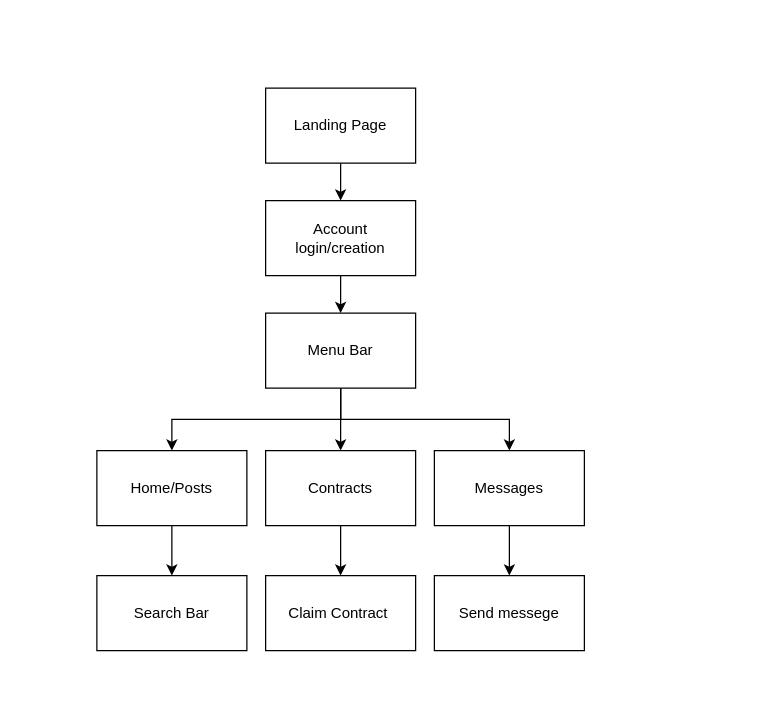
Above: Deecs_Component_Diagram.flow.drawio in JeffCompasClassrooms/cs2450-youface-fall2025-deecs (draw.io), before the change. Source tidied: cells renumbered, new cells numbered last; positions are measured from the earlier drawing's top-left corner, leaving out a move shared by most shapes. Both pictures are drawn from the tidied source at 125%, with x=0, y=0 at pixel (96, 88).
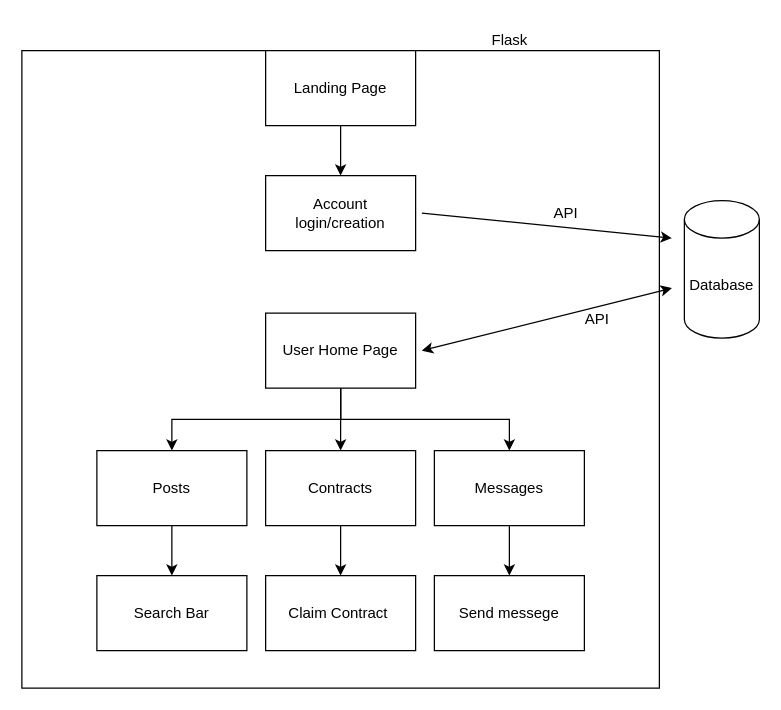
The same page after the edit.

Commit message (it also covers changes not shown here):
Updated Component diagram

Change to the diagram source:
```diff
@@
+    <mxCell id="19" style="whiteSpace=wrap;html=1;" parent="1" vertex="1">
+      <mxGeometry x="-60" y="-30" width="510" height="510" as="geometry" />
+    </mxCell>
@@
     <mxCell id="3" value="Landing Page" style="rounded=0;whiteSpace=wrap;html=1;" parent="1" vertex="1">
-      <mxGeometry x="135" width="120" height="60" as="geometry" />
+      <mxGeometry x="135" y="-30" width="120" height="60" as="geometry" />
     </mxCell>
-    <mxCell id="4" style="edgeStyle=orthogonalEdgeStyle;rounded=0;jettySize=auto;html=1;exitX=0.5;exitY=1;exitDx=0;exitDy=0;entryX=0.5;entryY=0;entryDx=0;entryDy=0;" parent="1" edge="1" source="5" target="9">
-      <mxGeometry relative="1" as="geometry" />
-    </mxCell>
     <mxCell id="5" value="Account login/creation" style="rounded=0;whiteSpace=wrap;html=1;" parent="1" vertex="1">
-      <mxGeometry x="135" y="90" width="120" height="60" as="geometry" />
+      <mxGeometry x="135" y="70" width="120" height="60" as="geometry" />
     </mxCell>
@@
-    <mxCell id="9" value="Menu Bar" style="rounded=0;whiteSpace=wrap;html=1;" parent="1" vertex="1">
+    <mxCell id="9" value="User Home Page" style="rounded=0;whiteSpace=wrap;html=1;" parent="1" vertex="1">
       <mxGeometry x="135" y="180" width="120" height="60" as="geometry" />
     </mxCell>
@@
-    <mxCell id="11" value="Home/Posts" style="rounded=0;whiteSpace=wrap;html=1;" parent="1" vertex="1">
+    <mxCell id="11" value="Posts" style="rounded=0;whiteSpace=wrap;html=1;" parent="1" vertex="1">
       <mxGeometry y="290" width="120" height="60" as="geometry" />
     </mxCell>
@@
+    <mxCell id="20" value="Database" style="shape=cylinder3;whiteSpace=wrap;html=1;boundedLbl=1;backgroundOutline=1;size=15;" parent="1" vertex="1">
+      <mxGeometry x="470" y="90" width="60" height="110" as="geometry" />
+    </mxCell>
+    <mxCell id="21" style="endArrow=classic;startArrow=classic;html=1;rounded=0;" parent="1" edge="1">
+      <mxGeometry relative="1" as="geometry">
+        <mxPoint x="260" y="210" as="sourcePoint" />
+        <mxPoint x="460" y="160" as="targetPoint" />
+      </mxGeometry>
+    </mxCell>
+    <mxCell id="22" style="endArrow=classic;html=1;rounded=0;" parent="1" edge="1">
+      <mxGeometry relative="1" as="geometry">
+        <mxPoint x="260" y="100" as="sourcePoint" />
+        <mxPoint x="460" y="120" as="targetPoint" />
+      </mxGeometry>
+    </mxCell>
+    <mxCell id="23" value="API" style="text;html=1;align=center;verticalAlign=middle;strokeColor=none;fillColor=none;" parent="1" vertex="1">
+      <mxGeometry x="380" y="170" width="40" height="30" as="geometry" />
+    </mxCell>
+    <mxCell id="24" value="Flask" style="text;html=1;align=center;verticalAlign=middle;strokeColor=none;fillColor=none;" parent="1" vertex="1">
+      <mxGeometry x="305" y="-53" width="50" height="30" as="geometry" />
+    </mxCell>
+    <mxCell id="25" value="API" style="text;html=1;align=center;verticalAlign=middle;strokeColor=none;fillColor=none;" parent="1" vertex="1">
+      <mxGeometry x="355" y="85" width="40" height="30" as="geometry" />
+    </mxCell>
```
